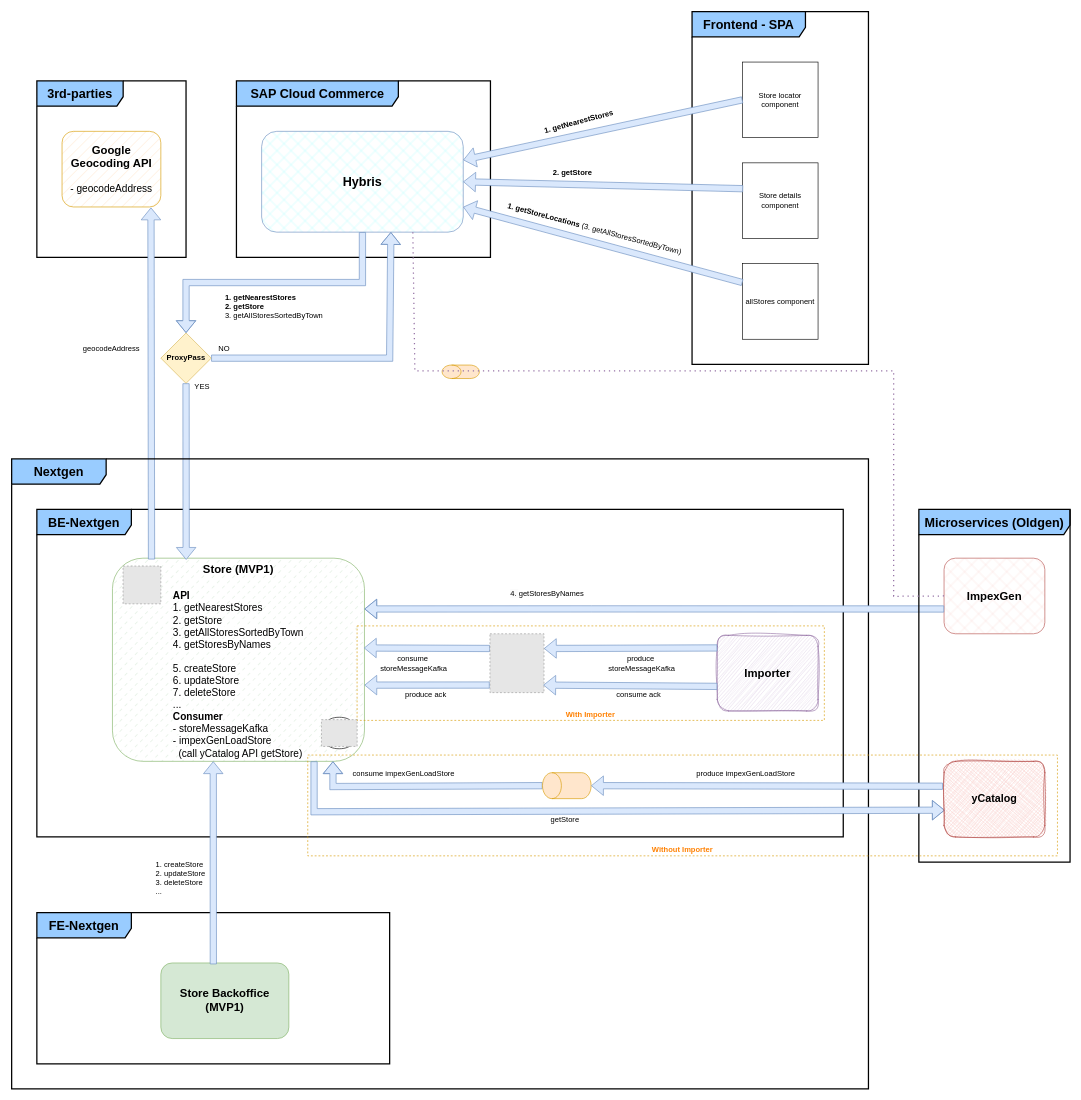
Above: graphs/store-macroservice.drawio in d-figuccia/draw-io (draw.io), before the change. Source tidied: cells renumbered, new cells numbered last; positions are measured from the earlier drawing's top-left corner, leaving out a move shared by most shapes. Both pictures are drawn from the tidied source at 63%, with x=0, y=0 at pixel (11, 11). Pictures stored in the file or linked from it are replaced by grey dashed boxes.
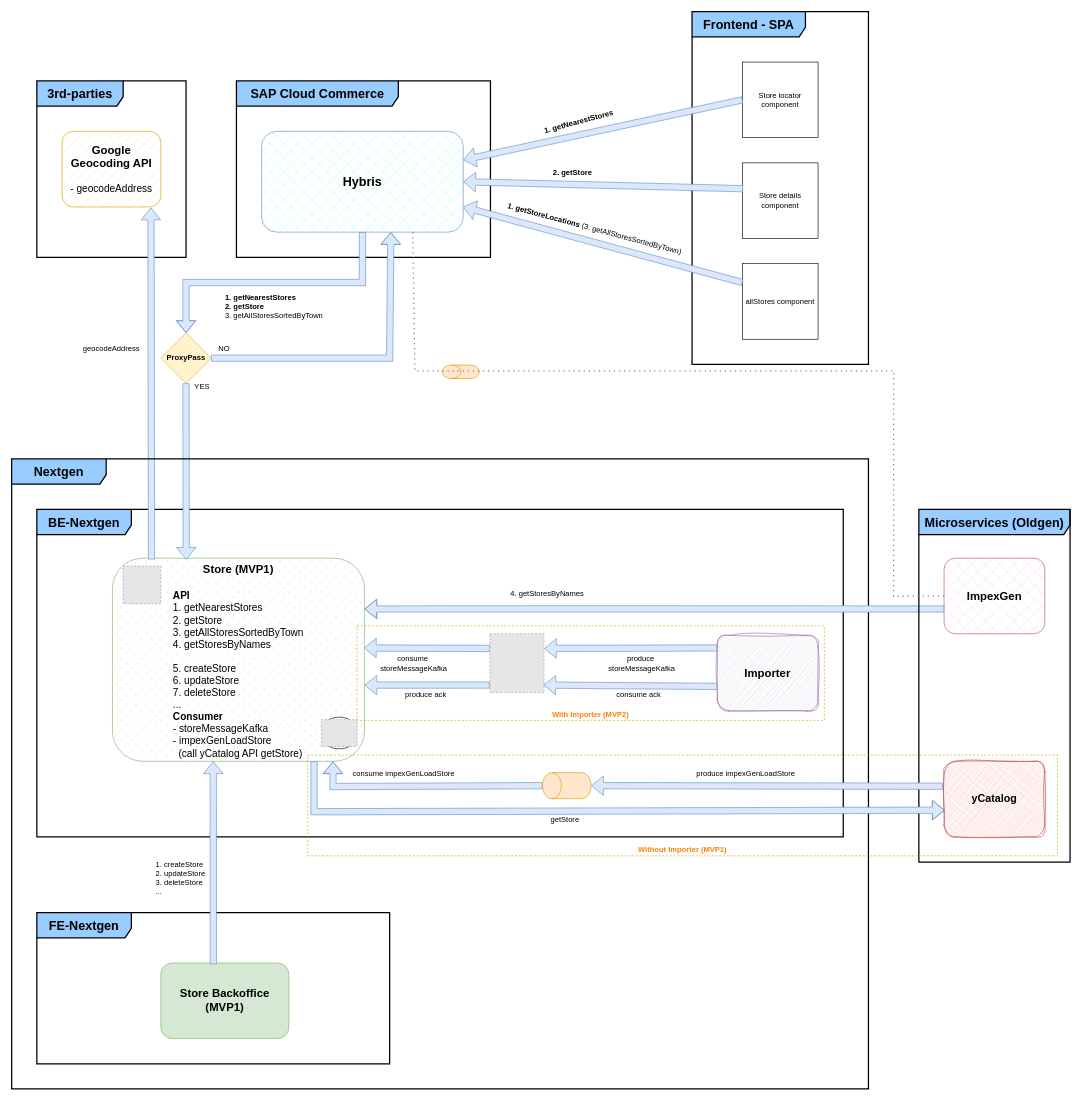
Above is the later version.

What changed in the source:
```diff
@@
-    <mxCell id="53" value="&lt;font color=&quot;#ff8000&quot;&gt;&lt;b&gt;With Importer&lt;/b&gt;&lt;/font&gt;" style="rounded=0;whiteSpace=wrap;html=1;fillColor=none;strokeColor=#d79b00;dashed=1;verticalAlign=bottom;" parent="1" vertex="1">
+    <mxCell id="53" value="&lt;font color=&quot;#ff8000&quot;&gt;&lt;b&gt;With Importer (MVP2)&lt;/b&gt;&lt;/font&gt;" style="rounded=0;whiteSpace=wrap;html=1;fillColor=none;strokeColor=#d79b00;dashed=1;verticalAlign=bottom;" parent="1" vertex="1">
       <mxGeometry x="548.3" y="975" width="741.7" height="150" as="geometry" />
     </mxCell>
-    <mxCell id="54" value="&lt;font color=&quot;#ff8000&quot;&gt;&lt;b&gt;Without Importer&lt;/b&gt;&lt;/font&gt;" style="rounded=0;whiteSpace=wrap;html=1;fillColor=none;strokeColor=#d79b00;dashed=1;verticalAlign=bottom;" parent="1" vertex="1">
+    <mxCell id="54" value="&lt;font color=&quot;#ff8000&quot;&gt;&lt;b&gt;Without Importer (MVP1)&lt;/b&gt;&lt;/font&gt;" style="rounded=0;whiteSpace=wrap;html=1;fillColor=none;strokeColor=#d79b00;dashed=1;verticalAlign=bottom;" parent="1" vertex="1">
       <mxGeometry x="470" y="1180" width="1190" height="160" as="geometry" />
     </mxCell>
```
